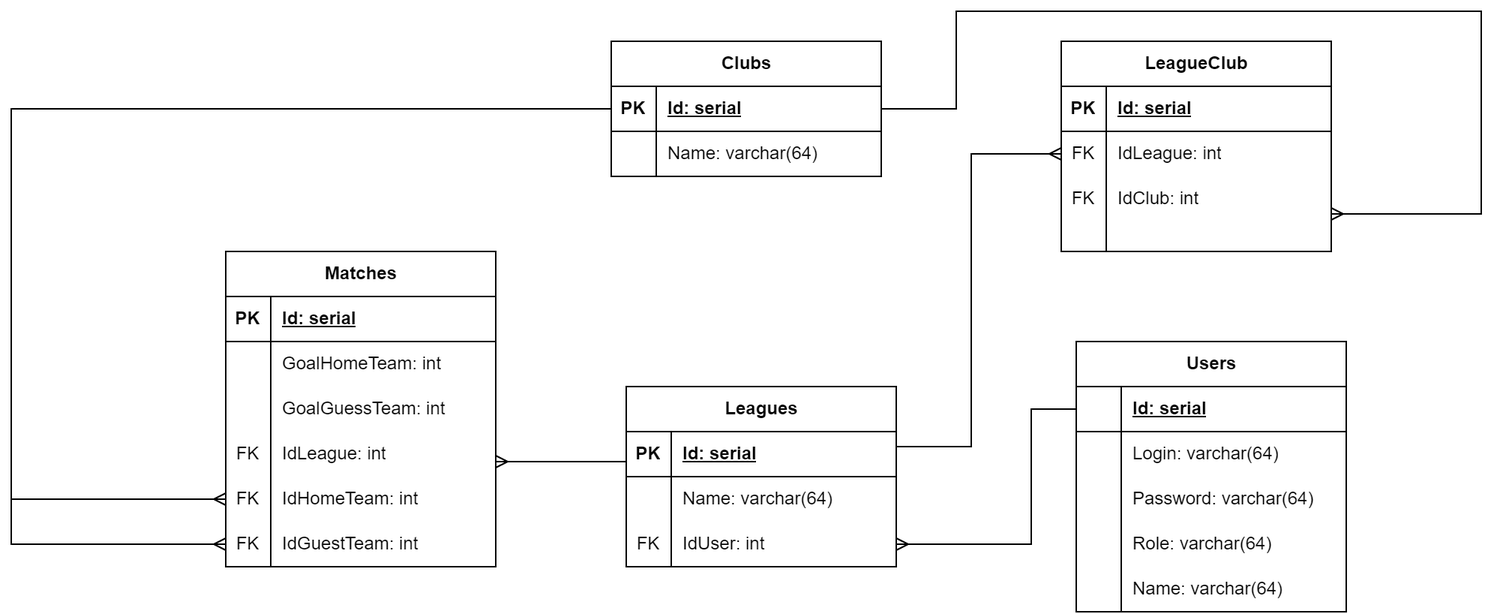
Earlier version of the draw.io export lab_01/ER-DB.png (hieubichpro/BMSTU-Web). Source tidied: cells renumbered, new cells last; positions are measured from the earlier drawing's top-left corner, leaving out a move shared by most shapes.
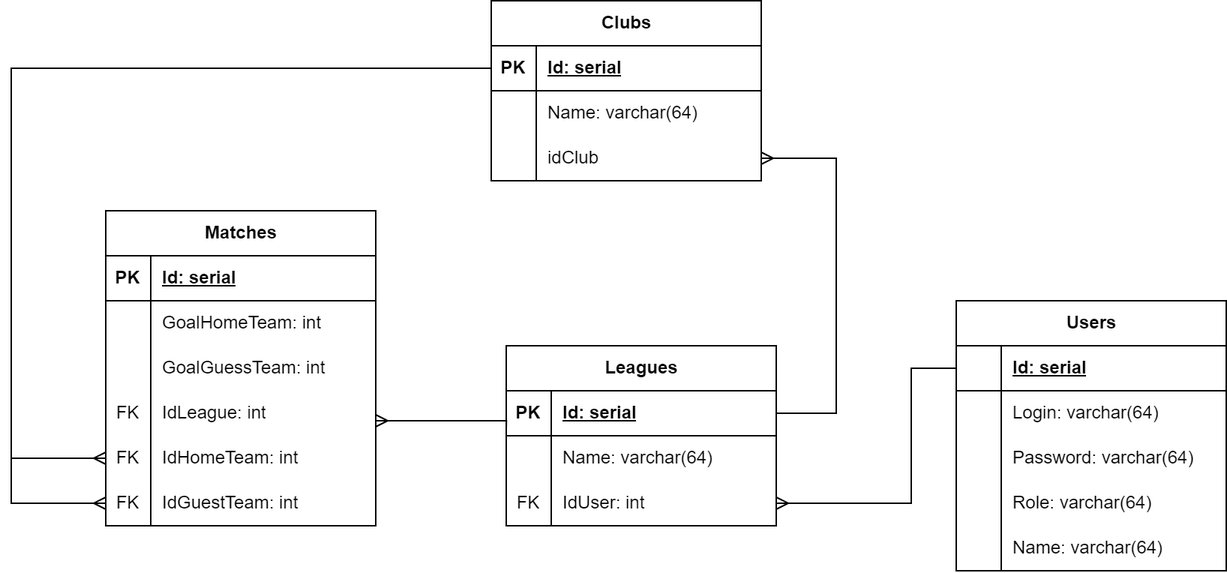
After the commit.

Change to the diagram source:
```diff
@@ -138,7 +138,7 @@
       <mxGeometry x="30" width="150" height="30" as="geometry" />
     </mxCell>
     <mxCell id="47" value="Clubs" style="shape=table;startSize=30;rowLines=0;fontStyle=1;align=center;html=1;" parent="1" vertex="1">
-      <mxGeometry x="400" y="20" width="180" height="90" as="geometry" />
+      <mxGeometry x="400" y="20" width="180" height="120" as="geometry" />
     </mxCell>
     <mxCell id="48" style="shape=tableRow;horizontal=0;startSize=0;swimlaneHead=0;swimlaneBody=0;fillColor=none;points=[[0,0.5],[1,0.5]];portConstraint=eastwest;top=0;left=0;right=0;bottom=1;" parent="47" vertex="1">
       <mxGeometry y="30" width="180" height="30" as="geometry" />
@@ -158,77 +158,28 @@
     <mxCell id="53" value="Name: varchar(64)" style="shape=partialRectangle;fillColor=none;top=0;left=0;bottom=0;right=0;align=left;spacingLeft=6;overflow=hidden;whiteSpace=wrap;html=1;" parent="51" vertex="1">
       <mxGeometry x="30" width="150" height="30" as="geometry" />
     </mxCell>
-    <mxCell id="54" value="LeagueClub" style="shape=table;startSize=30;rowLines=0;fontStyle=1;align=center;html=1;" parent="1" vertex="1">
-      <mxGeometry x="700" y="20" width="180" height="140" as="geometry" />
-    </mxCell>
-    <mxCell id="55" style="shape=tableRow;horizontal=0;startSize=0;swimlaneHead=0;swimlaneBody=0;fillColor=none;top=0;left=0;right=0;bottom=1;" parent="54" vertex="1">
-      <mxGeometry y="30" width="180" height="30" as="geometry" />
-    </mxCell>
-    <mxCell id="56" value="PK" style="shape=partialRectangle;fillColor=none;top=0;left=0;bottom=0;right=0;fontStyle=1;overflow=hidden;whiteSpace=wrap;html=1;" parent="55" vertex="1">
-      <mxGeometry width="30" height="30" as="geometry" />
-    </mxCell>
-    <mxCell id="57" value="Id: serial" style="shape=partialRectangle;fillColor=none;top=0;left=0;bottom=0;right=0;align=left;spacingLeft=6;fontStyle=5;overflow=hidden;whiteSpace=wrap;html=1;" parent="55" vertex="1">
-      <mxGeometry x="30" width="150" height="30" as="geometry" />
-    </mxCell>
-    <mxCell id="58" style="shape=tableRow;horizontal=0;startSize=0;swimlaneHead=0;swimlaneBody=0;fillColor=none;points=[[0,0.5],[1,0.5]];portConstraint=eastwest;top=0;left=0;right=0;bottom=0;" parent="54" vertex="1">
-      <mxGeometry y="60" width="180" height="30" as="geometry" />
-    </mxCell>
-    <mxCell id="59" value="FK" style="shape=partialRectangle;fillColor=none;top=0;left=0;bottom=0;right=0;overflow=hidden;whiteSpace=wrap;html=1;" parent="58" vertex="1">
-      <mxGeometry width="30" height="30" as="geometry" />
-    </mxCell>
-    <mxCell id="60" value="IdLeague: int" style="shape=partialRectangle;fillColor=none;top=0;left=0;bottom=0;right=0;align=left;spacingLeft=6;overflow=hidden;whiteSpace=wrap;html=1;" parent="58" vertex="1">
-      <mxGeometry x="30" width="150" height="30" as="geometry" />
-    </mxCell>
-    <mxCell id="61" style="shape=tableRow;horizontal=0;startSize=0;swimlaneHead=0;swimlaneBody=0;fillColor=none;points=[[0,0.5],[1,0.5]];portConstraint=eastwest;top=0;left=0;right=0;bottom=0;" parent="54" vertex="1">
+    <mxCell id="61" style="shape=tableRow;horizontal=0;startSize=0;swimlaneHead=0;swimlaneBody=0;fillColor=none;points=[[0,0.5],[1,0.5]];portConstraint=eastwest;top=0;left=0;right=0;bottom=0;" parent="47" vertex="1">
       <mxGeometry y="90" width="180" height="30" as="geometry" />
     </mxCell>
-    <mxCell id="62" value="FK" style="shape=partialRectangle;fillColor=none;top=0;left=0;bottom=0;right=0;overflow=hidden;whiteSpace=wrap;html=1;" parent="61" vertex="1">
-      <mxGeometry width="30" height="30" as="geometry" />
-    </mxCell>
-    <mxCell id="63" value="IdClub: int" style="shape=partialRectangle;fillColor=none;top=0;left=0;bottom=0;right=0;align=left;spacingLeft=6;overflow=hidden;whiteSpace=wrap;html=1;" parent="61" vertex="1">
-      <mxGeometry x="30" width="150" height="30" as="geometry" />
-    </mxCell>
-    <mxCell id="64" style="shape=tableRow;horizontal=0;startSize=0;swimlaneHead=0;swimlaneBody=0;fillColor=none;top=0;left=0;right=0;bottom=0;" parent="54" vertex="1">
-      <mxGeometry y="120" width="180" height="20" as="geometry" />
-    </mxCell>
-    <mxCell id="65" style="shape=partialRectangle;fillColor=none;top=0;left=0;bottom=0;right=0;overflow=hidden;whiteSpace=wrap;html=1;" parent="64" vertex="1">
-      <mxGeometry width="30" height="20" as="geometry" />
-    </mxCell>
-    <mxCell id="66" style="shape=partialRectangle;fillColor=none;top=0;left=0;bottom=0;right=0;align=left;spacingLeft=6;overflow=hidden;whiteSpace=wrap;html=1;" parent="64" vertex="1">
-      <mxGeometry x="30" width="150" height="20" as="geometry" />
-    </mxCell>
+    <mxCell id="73" style="shape=partialRectangle;fillColor=none;top=0;left=0;bottom=0;right=0;overflow=hidden;whiteSpace=wrap;html=1;" parent="61" vertex="1">
+      <mxGeometry width="30" height="30" as="geometry" />
+    </mxCell>
+    <mxCell id="74" value="idClub" style="shape=partialRectangle;fillColor=none;top=0;left=0;bottom=0;right=0;align=left;spacingLeft=6;overflow=hidden;whiteSpace=wrap;html=1;" parent="61" vertex="1">
+      <mxGeometry x="30" width="150" height="30" as="geometry" />
+    </mxCell>
     <mxCell id="67" style="edgeStyle=orthogonalEdgeStyle;fontSize=12;html=1;endArrow=ERmany;rounded=0;exitX=0;exitY=0.5;exitDx=0;exitDy=0;entryX=0;entryY=0.5;entryDx=0;entryDy=0;" parent="1" edge="1" source="48" target="31">
       <mxGeometry relative="1" as="geometry">
         <Array as="points">
-          <mxPoint y="65" />
-          <mxPoint y="325" />
+          <mxPoint x="80" y="65" />
+          <mxPoint x="80" y="325" />
         </Array>
       </mxGeometry>
     </mxCell>
-    <mxCell id="68" style="edgeStyle=orthogonalEdgeStyle;fontSize=12;html=1;endArrow=ERmany;rounded=0;" parent="1" edge="1" source="48" target="61">
-      <mxGeometry relative="1" as="geometry">
-        <Array as="points">
-          <mxPoint x="630" y="65" />
-          <mxPoint x="630" />
-          <mxPoint x="980" />
-          <mxPoint x="980" y="135" />
-        </Array>
-      </mxGeometry>
-    </mxCell>
-    <mxCell id="69" style="edgeStyle=orthogonalEdgeStyle;fontSize=12;html=1;endArrow=ERmany;rounded=0;entryX=0;entryY=0.5;entryDx=0;entryDy=0;exitX=1;exitY=0.5;exitDx=0;exitDy=0;" parent="1" edge="1" source="38" target="58">
-      <mxGeometry relative="1" as="geometry">
-        <Array as="points">
-          <mxPoint x="590" y="290" />
-          <mxPoint x="640" y="290" />
-          <mxPoint x="640" y="95" />
-        </Array>
-      </mxGeometry>
-    </mxCell>
     <mxCell id="70" style="edgeStyle=orthogonalEdgeStyle;fontSize=12;html=1;endArrow=ERmany;rounded=0;exitX=0;exitY=0.5;exitDx=0;exitDy=0;entryX=0;entryY=0.5;entryDx=0;entryDy=0;" parent="1" edge="1" source="48" target="34">
       <mxGeometry relative="1" as="geometry">
         <Array as="points">
-          <mxPoint y="65" />
-          <mxPoint y="355" />
+          <mxPoint x="80" y="65" />
+          <mxPoint x="80" y="355" />
         </Array>
       </mxGeometry>
     </mxCell>
@@ -248,5 +199,13 @@
         </Array>
       </mxGeometry>
     </mxCell>
+    <mxCell id="75" style="edgeStyle=orthogonalEdgeStyle;fontSize=12;html=1;endArrow=ERmany;rounded=0;exitX=1;exitY=0.5;exitDx=0;exitDy=0;entryX=1;entryY=0.5;entryDx=0;entryDy=0;" parent="1" edge="1" source="38" target="61">
+      <mxGeometry relative="1" as="geometry">
+        <Array as="points">
+          <mxPoint x="630" y="295" />
+          <mxPoint x="630" y="125" />
+        </Array>
+      </mxGeometry>
+    </mxCell>
   </root>
 </mxGraphModel>
```
